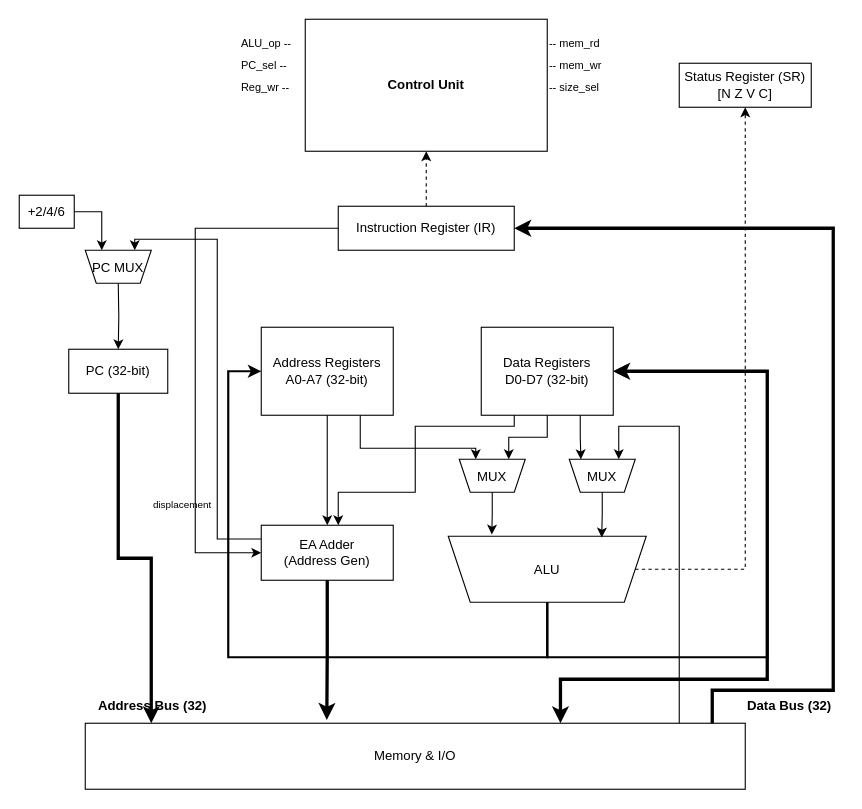
The draw.io diagram ak_lab_3_5_new_2.drawio in Dmitry-Kuzmin456/ak_lab3_scheme, before the edit. Source tidied: cells renumbered, new cells numbered last; positions are measured from the earlier drawing's top-left corner, leaving out a move shared by most shapes. Both pictures are drawn from the tidied source at 110%, with x=0, y=0 at pixel (19, 19).
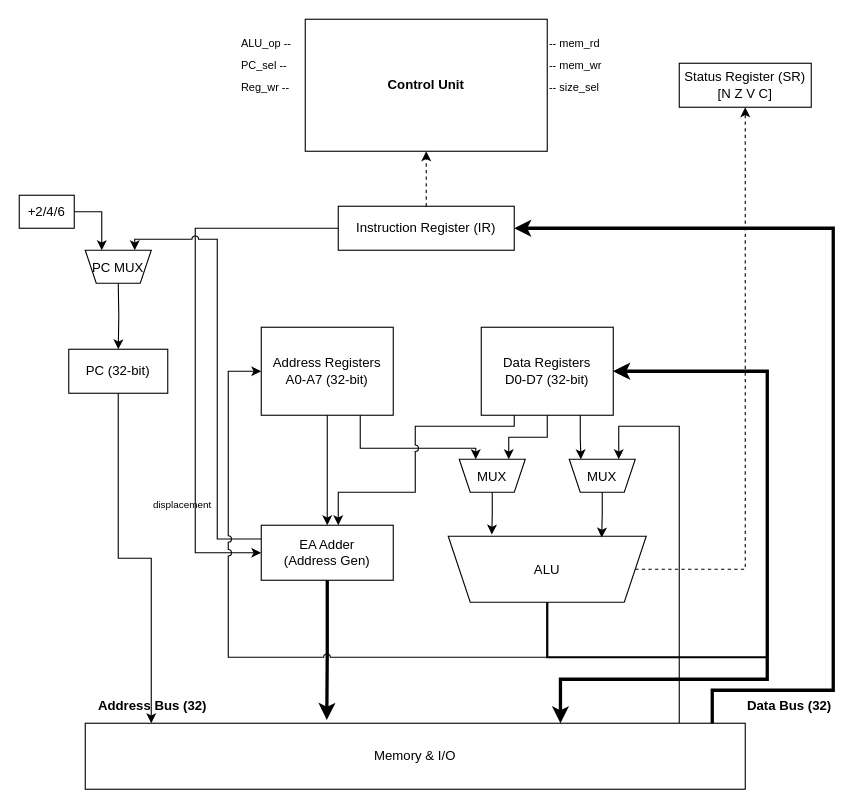
After the change.

Unchanged cells that the change refers to:
```xml
<mxCell id="12" value="PC (32-bit)" style="rounded=0;whiteSpace=wrap;html=1;" parent="1" vertex="1">
  <mxGeometry x="45" y="300" width="90" height="40" as="geometry" />
</mxCell>
<mxCell id="13" value="Address Registers&lt;br&gt;A0-A7 (32-bit)" style="rounded=0;whiteSpace=wrap;html=1;" parent="1" vertex="1">
  <mxGeometry x="220" y="280" width="120" height="80" as="geometry" />
</mxCell>
<mxCell id="14" value="Data Registers&lt;br&gt;D0-D7 (32-bit)" style="rounded=0;whiteSpace=wrap;html=1;" parent="1" vertex="1">
  <mxGeometry x="420" y="280" width="120" height="80" as="geometry" />
</mxCell>
<mxCell id="15" value="EA Adder&lt;br&gt;(Address Gen)" style="rounded=0;whiteSpace=wrap;html=1;" parent="1" vertex="1">
  <mxGeometry x="220" y="460" width="120" height="50" as="geometry" />
</mxCell>
<mxCell id="18" value="ALU" style="shape=trapezoid;perimeter=trapezoidPerimeter;fixedSize=1;flipV=1;" parent="1" vertex="1">
  <mxGeometry x="390" y="470" width="180" height="60" as="geometry" />
</mxCell>
<mxCell id="19" value="Memory &amp; I/O" style="rounded=0;whiteSpace=wrap;html=1;" parent="1" vertex="1">
  <mxGeometry x="60" y="640" width="600" height="60" as="geometry" />
</mxCell>
<mxCell id="43" value="PC MUX" style="shape=trapezoid;perimeter=trapezoidPerimeter;fixedSize=1;size=10;direction=west;" parent="1" vertex="1">
  <mxGeometry x="60" y="210" width="60" height="30" as="geometry" />
</mxCell>
```

What changed in the source:
```diff
@@
-    <mxCell id="22" style="edgeStyle=orthogonalEdgeStyle;rounded=0;html=1;exitX=0.5;exitY=1;entryX=0.1;entryY=0;strokeWidth=3;" parent="1" edge="1" source="12" target="19">
+    <mxCell id="22" style="edgeStyle=orthogonalEdgeStyle;rounded=0;html=1;exitX=0.5;exitY=1;entryX=0.1;entryY=0;strokeWidth=1;" parent="1" edge="1" source="12" target="19">
       <mxGeometry relative="1" as="geometry" />
     </mxCell>
@@
-    <mxCell id="26" style="edgeStyle=orthogonalEdgeStyle;rounded=0;html=1;exitX=0;exitY=0.25;entryX=0.25;entryY=1;exitDx=0;exitDy=0;entryDx=0;entryDy=0;" parent="1" edge="1" source="15" target="43">
+    <mxCell id="26" style="edgeStyle=orthogonalEdgeStyle;rounded=0;html=1;exitX=0;exitY=0.25;entryX=0.25;entryY=1;exitDx=0;exitDy=0;entryDx=0;entryDy=0;jumpStyle=arc;" parent="1" edge="1" source="15" target="43">
       <mxGeometry relative="1" as="geometry">
         <Array as="points">
           <mxPoint x="180" y="473" />
           <mxPoint x="180" y="200" />
           <mxPoint x="105" y="200" />
         </Array>
       </mxGeometry>
     </mxCell>
@@
-    <mxCell id="35" style="edgeStyle=orthogonalEdgeStyle;rounded=0;html=1;exitX=0.5;exitY=1;entryX=0;entryY=0.5;strokeWidth=2;" parent="1" edge="1" source="18" target="13">
+    <mxCell id="35" style="edgeStyle=orthogonalEdgeStyle;rounded=0;html=1;exitX=0.5;exitY=1;entryX=0;entryY=0.5;strokeWidth=1;jumpStyle=arc;" parent="1" edge="1" source="18" target="13">
       <mxGeometry relative="1" as="geometry">
         <Array as="points">
           <mxPoint x="480" y="580" />
           <mxPoint x="190" y="580" />
           <mxPoint x="190" y="320" />
         </Array>
       </mxGeometry>
     </mxCell>
-    <mxCell id="36" style="edgeStyle=orthogonalEdgeStyle;rounded=0;html=1;exitX=0.25;exitY=1;" parent="1" edge="1" source="14">
+    <mxCell id="36" style="edgeStyle=orthogonalEdgeStyle;rounded=0;html=1;exitX=0.25;exitY=1;jumpStyle=arc;" parent="1" edge="1" source="14">
       <mxGeometry relative="1" as="geometry">
         <mxPoint x="290" y="460" as="targetPoint" />
         <Array as="points">
           <mxPoint x="450" y="370" />
           <mxPoint x="360" y="370" />
           <mxPoint x="360" y="430" />
           <mxPoint x="290" y="430" />
           <mxPoint x="290" y="460" />
         </Array>
       </mxGeometry>
     </mxCell>
```
